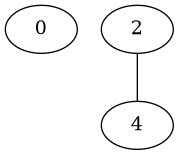
Earlier version of the Graphviz export grafo.png (arthuralvesr/Tpa). Its source is kept beside it as grafo.dot.
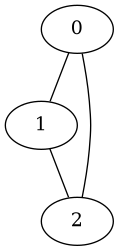
The same file after the commit.

What changed in the source:
```diff
@@ -1,4 +1,8 @@
 graph Grafo {
 	0;
-	2 -- 4;
+	1;
+	2;
+	0 -- 1;
+	0 -- 2;
+	1 -- 2;
 }
```
